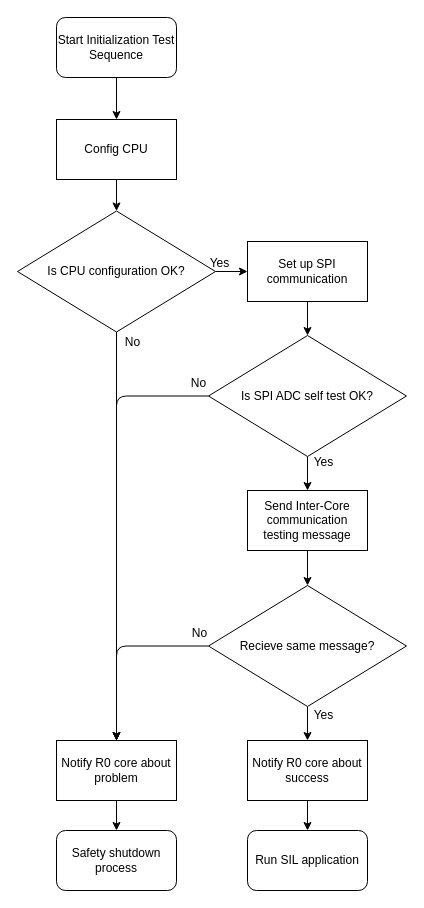
Above: schematic/05-sw-flow-initialization-check.drawio in petrkucerak/diplom-thesis (draw.io), before the change. Source tidied: cells renumbered, new cells numbered last; positions are measured from the earlier drawing's top-left corner, leaving out a move shared by most shapes. Both pictures are drawn from the tidied source at 100%, with x=0, y=0 at pixel (17, 17).
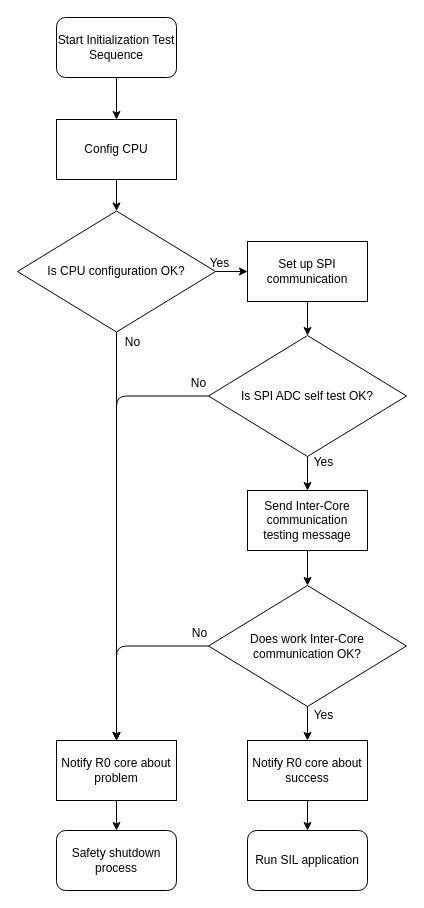
After the change.

Diff of the diagram source:
```diff
@@
-    <mxCell id="18" value="&lt;span style=&quot;color: rgb(0, 0, 0);&quot;&gt;Recieve same message?&lt;/span&gt;" style="rhombus;whiteSpace=wrap;html=1;fontSize=12;" parent="1" vertex="1">
+    <mxCell id="18" value="&lt;span style=&quot;color: rgb(0, 0, 0);&quot;&gt;Does work Inter-Core communication OK?&lt;/span&gt;" style="rhombus;whiteSpace=wrap;html=1;fontSize=12;" parent="1" vertex="1">
       <mxGeometry x="191" y="568" width="198" height="121" as="geometry" />
     </mxCell>
```
